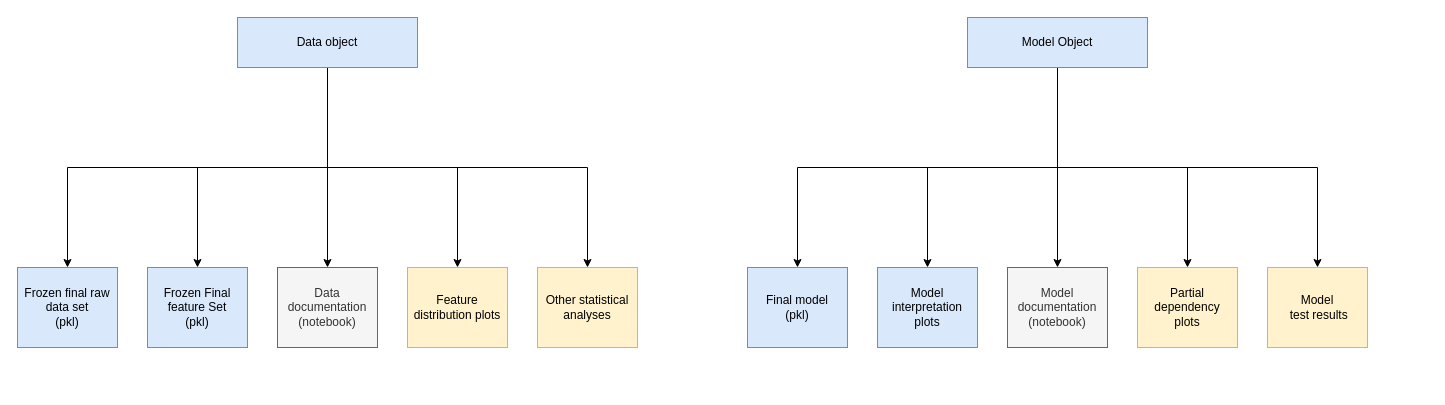
mhux2000/100-pandas-puzzles keeps this draw.io diagram as Untitled Diagram.drawio. Above is the earlier version. Source tidied: cells renumbered, new cells numbered last; positions are measured from the earlier drawing's top-left corner, leaving out a move shared by most shapes. Both pictures are drawn from the tidied source at 100%, with x=0, y=0 at pixel (17, 17).
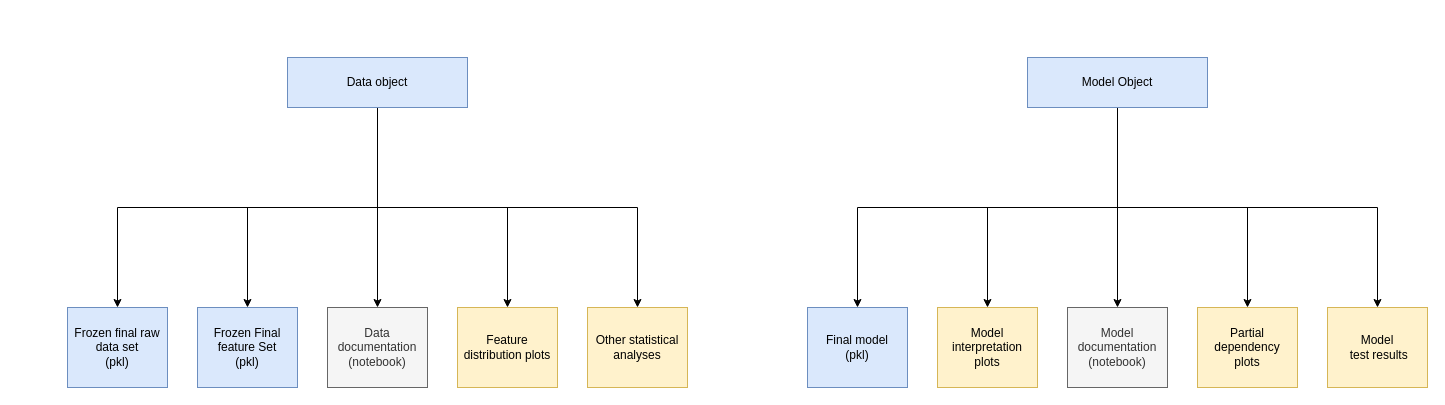
The same page after the edit.

What changed in the source:
```diff
@@
     <mxCell id="7" value="Data object" style="rounded=0;whiteSpace=wrap;html=1;fillColor=#dae8fc;strokeColor=#6c8ebf;" parent="1" vertex="1">
-      <mxGeometry x="220" width="180" height="50" as="geometry" />
+      <mxGeometry x="270" y="40" width="180" height="50" as="geometry" />
     </mxCell>
     <mxCell id="8" value="Frozen Final feature Set&lt;br&gt;(pkl)" style="rounded=0;whiteSpace=wrap;html=1;fillColor=#dae8fc;strokeColor=#6c8ebf;" parent="1" vertex="1">
-      <mxGeometry x="130" y="250" width="100" height="80" as="geometry" />
+      <mxGeometry x="180" y="290" width="100" height="80" as="geometry" />
     </mxCell>
     <mxCell id="9" value="Frozen final raw data set&lt;br&gt;(pkl)" style="rounded=0;whiteSpace=wrap;html=1;fillColor=#dae8fc;strokeColor=#6c8ebf;" parent="1" vertex="1">
-      <mxGeometry y="250" width="100" height="80" as="geometry" />
+      <mxGeometry x="50" y="290" width="100" height="80" as="geometry" />
     </mxCell>
     <mxCell id="10" value="Data documentation&lt;br&gt;(notebook)" style="rounded=0;whiteSpace=wrap;html=1;fillColor=#f5f5f5;strokeColor=#666666;fontColor=#333333;" parent="1" vertex="1">
-      <mxGeometry x="260" y="250" width="100" height="80" as="geometry" />
+      <mxGeometry x="310" y="290" width="100" height="80" as="geometry" />
     </mxCell>
     <mxCell id="11" value="Feature distribution plots" style="rounded=0;whiteSpace=wrap;html=1;fillColor=#fff2cc;strokeColor=#d6b656;" parent="1" vertex="1">
-      <mxGeometry x="390" y="250" width="100" height="80" as="geometry" />
+      <mxGeometry x="440" y="290" width="100" height="80" as="geometry" />
     </mxCell>
@@
     <mxCell id="17" value="Model Object" style="rounded=0;whiteSpace=wrap;html=1;fillColor=#dae8fc;strokeColor=#6c8ebf;" parent="1" vertex="1">
-      <mxGeometry x="950" width="180" height="50" as="geometry" />
+      <mxGeometry x="1010" y="40" width="180" height="50" as="geometry" />
     </mxCell>
-    <mxCell id="18" value="Model interpretation plots" style="rounded=0;whiteSpace=wrap;html=1;fillColor=#dae8fc;strokeColor=#6c8ebf;" parent="1" vertex="1">
-      <mxGeometry x="860" y="250" width="100" height="80" as="geometry" />
+    <mxCell id="18" value="Model interpretation plots" style="rounded=0;whiteSpace=wrap;html=1;fillColor=#fff2cc;strokeColor=#d6b656;" parent="1" vertex="1">
+      <mxGeometry x="920" y="290" width="100" height="80" as="geometry" />
     </mxCell>
     <mxCell id="19" value="Final model&lt;br&gt;(pkl)" style="rounded=0;whiteSpace=wrap;html=1;fillColor=#dae8fc;strokeColor=#6c8ebf;" parent="1" vertex="1">
-      <mxGeometry x="730" y="250" width="100" height="80" as="geometry" />
+      <mxGeometry x="790" y="290" width="100" height="80" as="geometry" />
     </mxCell>
     <mxCell id="20" value="Model documentation (notebook)" style="rounded=0;whiteSpace=wrap;html=1;fillColor=#f5f5f5;strokeColor=#666666;fontColor=#333333;" parent="1" vertex="1">
-      <mxGeometry x="990" y="250" width="100" height="80" as="geometry" />
+      <mxGeometry x="1050" y="290" width="100" height="80" as="geometry" />
     </mxCell>
     <mxCell id="21" value="Partial dependency&lt;br&gt;plots" style="rounded=0;whiteSpace=wrap;html=1;fillColor=#fff2cc;strokeColor=#d6b656;" parent="1" vertex="1">
-      <mxGeometry x="1120" y="250" width="100" height="80" as="geometry" />
+      <mxGeometry x="1180" y="290" width="100" height="80" as="geometry" />
     </mxCell>
     <mxCell id="22" value="Other statistical analyses" style="rounded=0;whiteSpace=wrap;html=1;fillColor=#fff2cc;strokeColor=#d6b656;" parent="1" vertex="1">
-      <mxGeometry x="520" y="250" width="100" height="80" as="geometry" />
+      <mxGeometry x="570" y="290" width="100" height="80" as="geometry" />
     </mxCell>
     <mxCell id="23" value="Model&lt;br&gt;&amp;nbsp;test results" style="rounded=0;whiteSpace=wrap;html=1;fillColor=#fff2cc;strokeColor=#d6b656;" parent="1" vertex="1">
-      <mxGeometry x="1250" y="250" width="100" height="80" as="geometry" />
+      <mxGeometry x="1310" y="290" width="100" height="80" as="geometry" />
     </mxCell>
```
